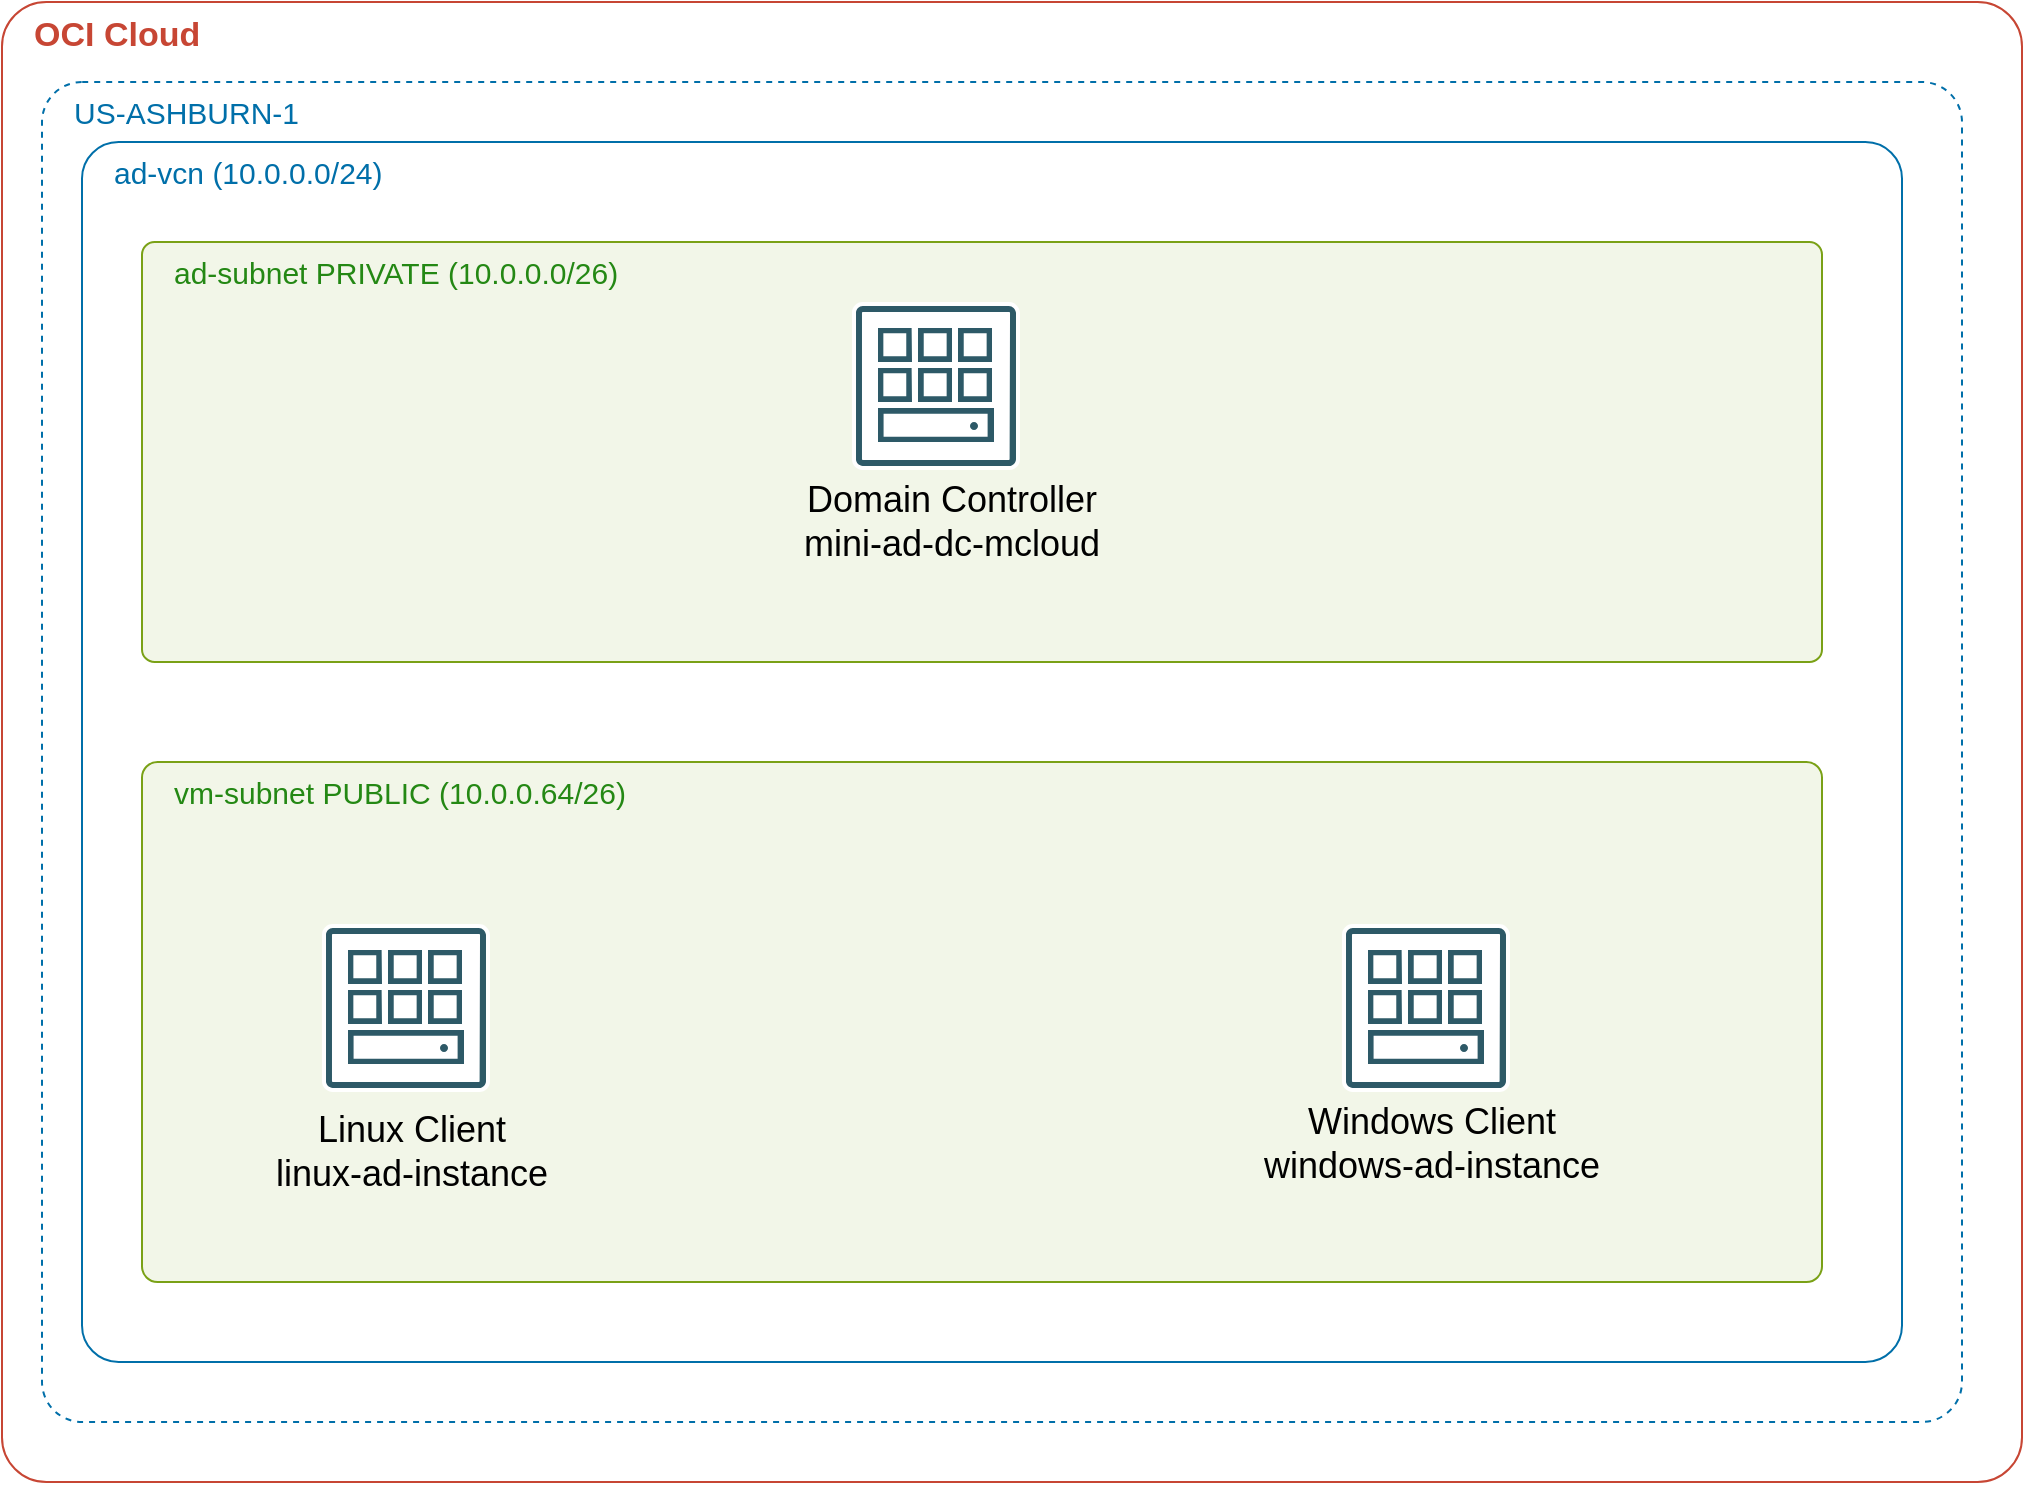
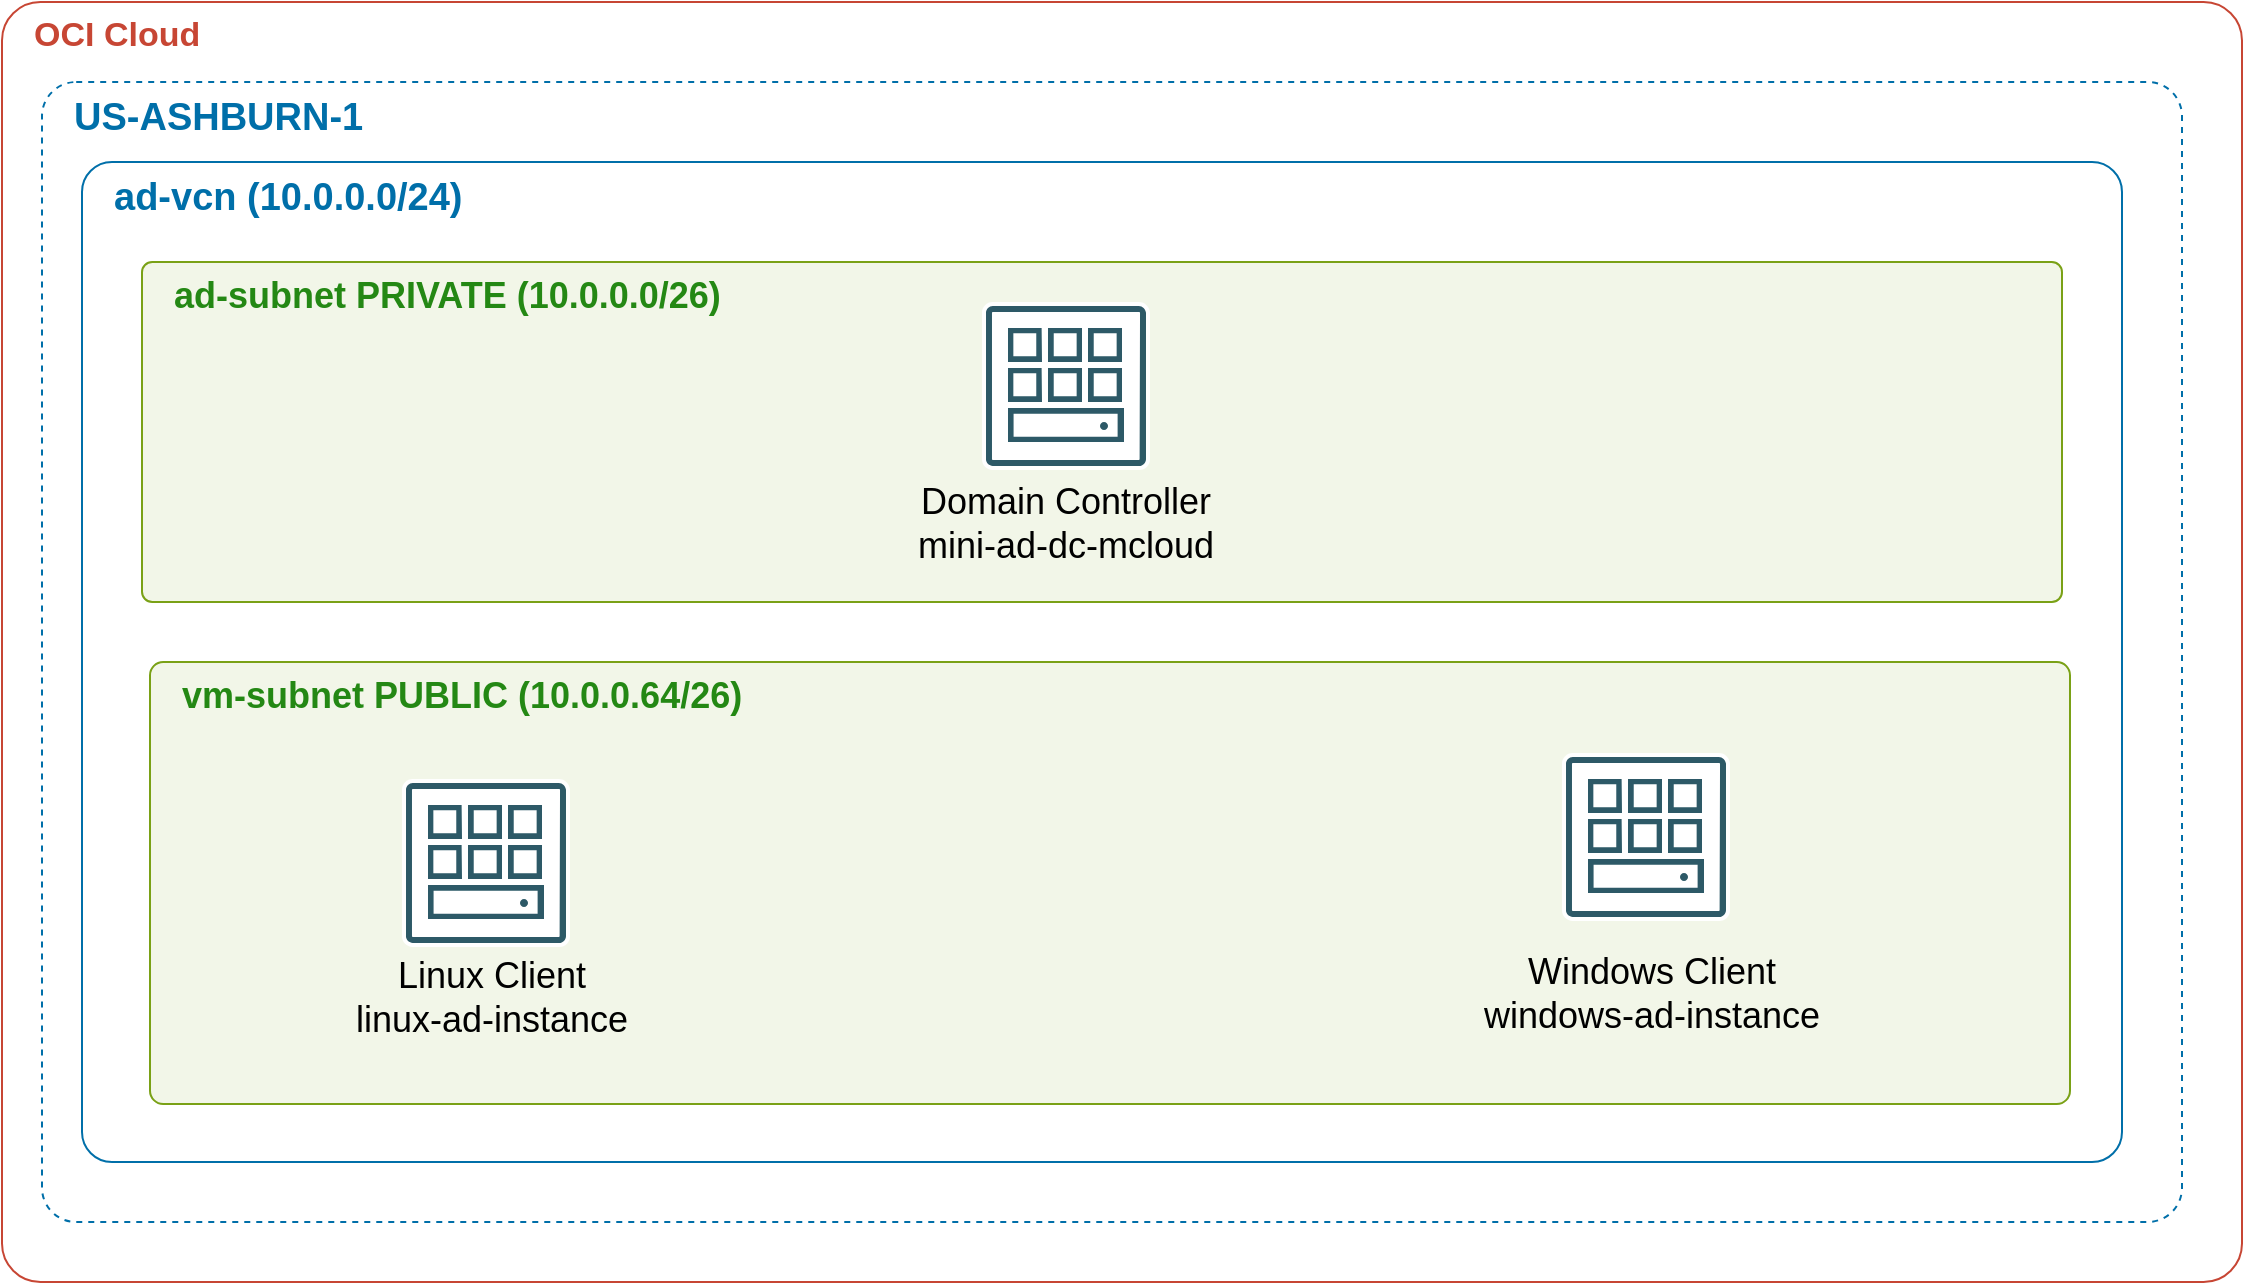
<mxfile host="app.diagrams.net" agent="Mozilla/5.0 (Windows NT 10.0; Win64; x64) AppleWebKit/537.36 (KHTML, like Gecko) Chrome/139.0.0.0 Safari/537.36">
  <diagram id="oci-mini-ad-arch" name="Page-1">
    <mxGraphModel grid="1" page="1" gridSize="10" guides="1" tooltips="1" connect="1" arrows="1" fold="1" pageScale="1" pageWidth="1169" pageHeight="827" math="0" shadow="0">
      <root>
        <mxCell id="0" />
        <mxCell id="1" parent="0" />
        <mxCell id="oci-cloud" parent="1" style="points=[[0,0],[0.25,0],[0.5,0],[0.75,0],[1,0],[1,0.25],[1,0.5],[1,0.75],[1,1],[0.75,1],[0.5,1],[0.25,1],[0,1],[0,0.75],[0,0.5],[0,0.25]];outlineConnect=0;gradientColor=none;html=1;whiteSpace=wrap;fontSize=14;fontStyle=1;strokeColor=#C74634;fillColor=none;verticalAlign=top;align=left;spacingLeft=14;fontColor=#C74634;dashed=0;labelBackgroundColor=#ffffff;rounded=1;arcSize=3;container=1;pointerEvents=0;collapsible=0;recursiveResize=0;" value="&lt;font style=&quot;font-size: 17px;&quot;&gt;OCI Cloud&lt;/font&gt;" vertex="1">
-           <mxGeometry height="740" width="1010" x="30" y="10" as="geometry" />
+           <mxGeometry height="640" width="1120" x="30" y="10" as="geometry" />
        </mxCell>
-         <mxCell id="region" parent="oci-cloud" style="points=[[0,0],[0.25,0],[0.5,0],[0.75,0],[1,0],[1,0.25],[1,0.5],[1,0.75],[1,1],[0.75,1],[0.5,1],[0.25,1],[0,1],[0,0.75],[0,0.5],[0,0.25]];outlineConnect=0;gradientColor=none;html=1;whiteSpace=wrap;fontSize=12;fontStyle=0;container=1;pointerEvents=0;collapsible=0;recursiveResize=0;strokeColor=#006FA9;fillColor=none;verticalAlign=top;align=left;spacingLeft=14;fontColor=#006FA9;dashed=1;rounded=1;arcSize=3;" value="&lt;font style=&quot;font-size: 15px;&quot;&gt;US-ASHBURN-1&lt;/font&gt;" vertex="1">
-           <mxGeometry height="670" width="960" x="20" y="40" as="geometry" />
+         <mxCell id="region" parent="oci-cloud" style="points=[[0,0],[0.25,0],[0.5,0],[0.75,0],[1,0],[1,0.25],[1,0.5],[1,0.75],[1,1],[0.75,1],[0.5,1],[0.25,1],[0,1],[0,0.75],[0,0.5],[0,0.25]];outlineConnect=0;gradientColor=none;html=1;whiteSpace=wrap;fontSize=12;fontStyle=0;container=1;pointerEvents=0;collapsible=0;recursiveResize=0;strokeColor=#006FA9;fillColor=none;verticalAlign=top;align=left;spacingLeft=14;fontColor=#006FA9;dashed=1;rounded=1;arcSize=3;" value="&lt;font style=&quot;font-size: 19px;&quot;&gt;&lt;b style=&quot;&quot;&gt;US-ASHBURN-1&lt;/b&gt;&lt;/font&gt;" vertex="1">
+           <mxGeometry height="570" width="1070" x="20" y="40" as="geometry" />
        </mxCell>
-         <mxCell id="vcn" parent="region" style="points=[[0,0],[0.25,0],[0.5,0],[0.75,0],[1,0],[1,0.25],[1,0.5],[1,0.75],[1,1],[0.75,1],[0.5,1],[0.25,1],[0,1],[0,0.75],[0,0.5],[0,0.25]];outlineConnect=0;gradientColor=none;html=1;whiteSpace=wrap;fontSize=12;fontStyle=0;container=1;pointerEvents=0;collapsible=0;recursiveResize=0;strokeColor=#006FA9;fillColor=none;verticalAlign=top;align=left;spacingLeft=14;fontColor=#006FA9;dashed=0;rounded=1;arcSize=3;" value="&lt;font style=&quot;font-size: 15px;&quot;&gt;ad-vcn (10.0.0.0/24)&lt;/font&gt;" vertex="1">
-           <mxGeometry height="610" width="910" x="20" y="30" as="geometry" />
+         <mxCell id="vcn" parent="region" style="points=[[0,0],[0.25,0],[0.5,0],[0.75,0],[1,0],[1,0.25],[1,0.5],[1,0.75],[1,1],[0.75,1],[0.5,1],[0.25,1],[0,1],[0,0.75],[0,0.5],[0,0.25]];outlineConnect=0;gradientColor=none;html=1;whiteSpace=wrap;fontSize=12;fontStyle=0;container=1;pointerEvents=0;collapsible=0;recursiveResize=0;strokeColor=#006FA9;fillColor=none;verticalAlign=top;align=left;spacingLeft=14;fontColor=#006FA9;dashed=0;rounded=1;arcSize=3;" value="&lt;font style=&quot;font-size: 19px;&quot;&gt;&lt;b&gt;ad-vcn (10.0.0.0/24)&lt;/b&gt;&lt;/font&gt;" vertex="1">
+           <mxGeometry height="500" width="1020" x="20" y="40" as="geometry" />
        </mxCell>
-         <mxCell id="ad-subnet" parent="vcn" style="points=[[0,0],[0.25,0],[0.5,0],[0.75,0],[1,0],[1,0.25],[1,0.5],[1,0.75],[1,1],[0.75,1],[0.5,1],[0.25,1],[0,1],[0,0.75],[0,0.5],[0,0.25]];outlineConnect=0;gradientColor=none;html=1;whiteSpace=wrap;fontSize=12;fontStyle=0;container=1;pointerEvents=0;collapsible=0;recursiveResize=0;strokeColor=#7AA116;fillColor=#F2F6E8;verticalAlign=top;align=left;spacingLeft=14;fontColor=#248814;dashed=0;rounded=1;arcSize=3;" value="&lt;font style=&quot;font-size: 15px;&quot;&gt;ad-subnet PRIVATE (10.0.0.0/26)&lt;/font&gt;" vertex="1">
-           <mxGeometry height="210" width="840" x="30" y="50" as="geometry" />
+         <mxCell id="ad-subnet" parent="vcn" style="points=[[0,0],[0.25,0],[0.5,0],[0.75,0],[1,0],[1,0.25],[1,0.5],[1,0.75],[1,1],[0.75,1],[0.5,1],[0.25,1],[0,1],[0,0.75],[0,0.5],[0,0.25]];outlineConnect=0;gradientColor=none;html=1;whiteSpace=wrap;fontSize=12;fontStyle=0;container=1;pointerEvents=0;collapsible=0;recursiveResize=0;strokeColor=#7AA116;fillColor=#F2F6E8;verticalAlign=top;align=left;spacingLeft=14;fontColor=#248814;dashed=0;rounded=1;arcSize=3;" value="&lt;font style=&quot;font-size: 18px;&quot;&gt;&lt;b&gt;ad-subnet PRIVATE (10.0.0.0/26)&lt;/b&gt;&lt;/font&gt;" vertex="1">
+           <mxGeometry height="170" width="960" x="30" y="50" as="geometry" />
        </mxCell>
-         <mxCell id="dc-group" connectable="0" parent="ad-subnet" style="group;fontSize=18;" value="" vertex="1">
-           <mxGeometry height="140" width="160" x="355" y="30" as="geometry" />
-         </mxCell>
-         <mxCell id="dc-2" parent="dc-group" style="vsdxID=53;fillColor=none;gradientColor=none;strokeColor=none;spacingTop=-7;spacingBottom=-3;spacingLeft=-3;spacingRight=-3;points=[];labelBackgroundColor=none;rounded=0;html=1;whiteSpace=wrap;" vertex="1">
-           <mxGeometry height="84" width="84" as="geometry" />
+         <mxCell id="dc-2" parent="ad-subnet" style="vsdxID=53;fillColor=none;gradientColor=none;strokeColor=none;spacingTop=-7;spacingBottom=-3;spacingLeft=-3;spacingRight=-3;points=[];labelBackgroundColor=none;rounded=0;html=1;whiteSpace=wrap;" vertex="1">
+           <mxGeometry height="84" width="84" x="420" y="20" as="geometry" />
        </mxCell>
        <mxCell id="dc-3" parent="dc-2" style="vsdxID=54;fillColor=none;gradientColor=none;strokeColor=none;spacingTop=-3;spacingBottom=-3;spacingLeft=-3;spacingRight=-3;points=[];labelBackgroundColor=none;rounded=0;html=1;whiteSpace=wrap;" vertex="1">
          <mxGeometry height="84" width="84" as="geometry" />
        </mxCell>
        <mxCell id="dc-4" parent="dc-3" style="vsdxID=55;fillColor=#FFFFFF;gradientColor=none;shape=stencil(lZPRDoIwDEW/Zq9LWUHCs+J/EAVZRCATFP/eYYdsAzW+td2922mzMtxey6zNmYBrp5pzfpfHrmS4Y0LIusyV7HTEMGW4LRqVn1TT10fK22xUjtGluY03DOSLOEajScCDCknC482rsif9oVdkCEggeIjGEfgWGASVwChMmsQchVGgqzBpEvLQfrWStUUJDuKb+QMhuHgz8ERnteDyTnDWVBzcVTiNvnFnCN/o9Cyi2CUEFy8Ab3xWB+hLfOJVxFnuI3+AnA1L6kEsG/HJB1zOxkNfBf39Hf/V62D++4WsKlod+9zfFV2iPcP0CQ==);strokeColor=none;spacingTop=-3;spacingBottom=-3;spacingLeft=-3;spacingRight=-3;points=[];labelBackgroundColor=none;rounded=0;html=1;whiteSpace=wrap;" vertex="1">
          <mxGeometry height="82" width="82" x="1" y="1" as="geometry" />
        </mxCell>
        <mxCell id="dc-5" parent="dc-3" style="vsdxID=56;fillColor=#FFFFFF;gradientColor=none;shape=stencil(lZXRdoIwDIafprc9aUMpvXb6Hp6JgzMmHsSNvf1gLbQNCHpX4h/88iehDHe34njNmYRb29Sf+U95aguGb0zK8lLkTdn2J4Z7hrtz3eQfTX2/nOzz9Tgoh9NX/T28obN5BjmqIUvCr41Ijtl/4GD17/fGJgiXoXhiXIYgKdBJJ9IcR5ELJVy6SIdzkQulPMHwz6vyEsIGCRN+JlZpgxRfgFEEN6jJV5ClhDfwCqlqEbgvR8S8VE95e5c0wdU8lTFu77cmtIprEdMGIs+v9GPYIGG5GZQ1SBCzHstZPXI2LDhzCZdnkIzB5sy+qt/aCXihxbBuWaZiyyD2C6hZdAghdmp9YSAi21wWYHTyREInb+J3EQHANro5Sh41R8U7TeQLGy2Ih56BQgXbPJWCVPPcenj9c9thDNcp/U5O3Ry5Um5EjErsXPjorLu5Nrr9wV8E57Kq7D0S/k4vjj5kLx3c/wE=);strokeColor=none;spacingTop=-3;spacingBottom=-3;spacingLeft=-3;spacingRight=-3;points=[];labelBackgroundColor=none;rounded=0;html=1;whiteSpace=wrap;" vertex="1">
          <mxGeometry height="84" width="84" as="geometry" />
        </mxCell>
        <mxCell id="dc-6" parent="dc-2" style="vsdxID=57;fillColor=none;gradientColor=none;strokeColor=none;spacingTop=-3;spacingBottom=-3;spacingLeft=-3;spacingRight=-3;points=[];labelBackgroundColor=none;rounded=0;html=1;whiteSpace=wrap;" vertex="1">
          <mxGeometry height="80" width="80" x="2" y="2" as="geometry" />
        </mxCell>
        <mxCell id="dc-7" parent="dc-6" style="vsdxID=58;fillColor=#2d5967;gradientColor=none;shape=stencil(lZXLcoMwDEW/xlvGWDzidZr8R6YhhSmFDCEt+ftCbbAkB+Lu/LgyR/IVFrC/ladrIZS89V37WfxU574U8CaUqpqy6Kp+HAk4CNhf2q746Np7czbz62lSTqOv9ns6YTBxOo3SeIpS8mFW5N/saMR11SBxEqlkXft+78zJsdmMI62tOsZyOSgyfdipsrtAd2H5drpOJgmWzra4JIXSO0qFsOcVKSkaqgNQyVO4scZ5RgCZnBPqXSRjSukYONRMueQBXAAOY6OETv+84B6kno9bIBVF1LnLm175AL774KX9XniVGTtzNVzJ38so88puneRSSr2UxihbqK20nCqsszw9hwWvuzCImkV5wmkpKlKE2QQFhPkEBdiVhEPyhoPFWesdB5uUfstxfcDlIwx01+z6EwqKFUF/rgCf/jtgHLj//aWqa/Nc4H3+PoxL5m2Bwy8=);strokeColor=none;spacingTop=-3;spacingBottom=-3;spacingLeft=-3;spacingRight=-3;points=[];labelBackgroundColor=none;rounded=0;html=1;whiteSpace=wrap;" vertex="1">
          <mxGeometry height="80" width="80" as="geometry" />
        </mxCell>
        <mxCell id="dc-8" parent="dc-6" style="vsdxID=59;fillColor=#2d5967;gradientColor=none;shape=stencil(pZJbDsIgFERXwy+hQBW/a91Hk1IhIjQUX7sXcmNsNaWx/s1wz32EDGLVoJpeIkqG4N1J3nQbFGJ7RKm2SnodokKsRqzqnJdH7y62Bd83iUzq7K5pwh36SOqg5AGuIOAPgBptR+iruArOoCvB7PosOv0BjkUxpTdYlPOjdxyXf/GCY7qd57/u+ZVfuGeZj+Idl04bA2kb1z/jFZ8gmqx+Ag==);strokeColor=none;spacingTop=-3;spacingBottom=-3;spacingLeft=-3;spacingRight=-3;points=[];labelBackgroundColor=none;rounded=0;html=1;whiteSpace=wrap;" vertex="1">
          <mxGeometry height="17" width="58" x="11" y="51" as="geometry" />
        </mxCell>
        <mxCell id="dc-9" parent="dc-6" style="vsdxID=60;fillColor=#2d5967;gradientColor=none;shape=stencil(jVLRDoMgDPwaXg2UOeezc/9hJk4ypwZ107+fpCRClxnf2nLH9eCYzIa66BUDPoyme6qPLseaySsD0G2tjB7XismcyazqjHqYbmpL7PvCIm316t72hhl5MbcU4Au2gmN/Q+x9MggWeJwk0Vk4gggZfAYyWGAjgcNIinGDUxql6Z7yxnADgEheQmV/OzfioW5MZHfNWoUkFCVWiVF/JRkijtokJv2ng9+t6Iv/s0l+tdHt4QSsxRadSjcNJs8/p1FbRxhTmX8B);strokeColor=none;spacingTop=-3;spacingBottom=-3;spacingLeft=-3;spacingRight=-3;points=[];labelBackgroundColor=none;rounded=0;html=1;whiteSpace=wrap;" vertex="1">
          <mxGeometry height="4" width="4" x="57" y="58" as="geometry" />
        </mxCell>
        <mxCell id="dc-10" parent="dc-6" style="vsdxID=61;fillColor=#2d5967;gradientColor=none;shape=stencil(pZLbDsIgEES/Zl8JZW3E51r/o0mpEBEa2nr5e0Fi2qrpRd92Z8+QCRnArJFFLYDRpnX2JK6qbCXgHhhTRgqnWj8B5oBZZZ04OtuZMu51Ecgwne0lvHCLvh0nnAcXo/eo0Od2iLBWZgDT38CETqCv4yJ4VdoZePwPHEmyGcFBSSdyp2SL/xl65avhM9Jqw0ykBQY/9NWplNaxecP7e9W8FGuK+QM=);strokeColor=none;spacingTop=-3;spacingBottom=-3;spacingLeft=-3;spacingRight=-3;points=[];labelBackgroundColor=none;rounded=0;html=1;whiteSpace=wrap;" vertex="1">
          <mxGeometry height="17" width="17" x="11" y="11" as="geometry" />
        </mxCell>
        <mxCell id="dc-11" parent="dc-6" style="vsdxID=62;fillColor=#2d5967;gradientColor=none;shape=stencil(pZJJDoMwDEVP422UxGXYU3oPJEKJmhIUoMPtm8iqCnSE7vzj920r+oBZVxetAsm73tmDOuuyrwG3IKVuauV07yvAHDCrrFN7Z4emJN0WgQzV0Z7ChAv5BOfBI/mVNKkdoUY3I3QleN/wEp2vXwSvRac/kG6YTCZwikxEH2bHLI3/M4iIJfje8HzSYsOXk34w+OIRmkobQ5kb9+ch808UUMxv);strokeColor=none;spacingTop=-3;spacingBottom=-3;spacingLeft=-3;spacingRight=-3;points=[];labelBackgroundColor=none;rounded=0;html=1;whiteSpace=wrap;" vertex="1">
          <mxGeometry height="17" width="17" x="31" y="11" as="geometry" />
        </mxCell>
        <mxCell id="dc-12" parent="dc-6" style="vsdxID=63;fillColor=#2d5967;gradientColor=none;shape=stencil(pZLbDsIgEES/Zl8JZW3E51r/o0mpEBEa2nr5e0Fi2qrpRd92Z8+QCRnArJFFLYDRpnX2JK6qbCXgHhhTRgqnWj8B5oBZZZ04OtuZMu51Ecgwne0lvHCLvh0nnAcXo/eo0Od2iLBWZgDT38CETqCv4yJ4VdoZePwPHEmyGcFBSSdyp2SL/xl65avhM9Jqw0ykBQY/9NWplNaxecP7e9W8FGuK+QM=);strokeColor=none;spacingTop=-3;spacingBottom=-3;spacingLeft=-3;spacingRight=-3;points=[];labelBackgroundColor=none;rounded=0;html=1;whiteSpace=wrap;" vertex="1">
          <mxGeometry height="17" width="17" x="11" y="31" as="geometry" />
        </mxCell>
        <mxCell id="dc-13" parent="dc-6" style="vsdxID=64;fillColor=#2d5967;gradientColor=none;shape=stencil(pZJJDoMwDEVP422UxGXYU3oPJEKJmhIUoMPtm8iqCnSE7vzj920r+oBZVxetAsm73tmDOuuyrwG3IKVuauV07yvAHDCrrFN7Z4emJN0WgQzV0Z7ChAv5BOfBI/mVNKkdoUY3I3QleN/wEp2vXwSvRac/kG6YTCZwikxEH2bHLI3/M4iIJfje8HzSYsOXk34w+OIRmkobQ5kb9+ch808UUMxv);strokeColor=none;spacingTop=-3;spacingBottom=-3;spacingLeft=-3;spacingRight=-3;points=[];labelBackgroundColor=none;rounded=0;html=1;whiteSpace=wrap;" vertex="1">
          <mxGeometry height="17" width="17" x="31" y="31" as="geometry" />
        </mxCell>
        <mxCell id="dc-14" parent="dc-6" style="vsdxID=65;fillColor=#2d5967;gradientColor=none;shape=stencil(pZJJDoMwDEVP422UxGXYU3oPJEKJmhIUoMPtm8iqCnSE7vzj920r+oBZVxetAsm73tmDOuuyrwG3IKVuauV07yvAHDCrrFN7Z4emJN0WgQzV0Z7ChAv5BOfBI/mVNKkdoUY3I3QleN/wEp2vXwSvRac/kG6YTCZwikxEH2bHLI3/M4iIJfje8HzSYsOXk34w+OIRmkobQ5kb9+ch808UUMxv);strokeColor=none;spacingTop=-3;spacingBottom=-3;spacingLeft=-3;spacingRight=-3;points=[];labelBackgroundColor=none;rounded=0;html=1;whiteSpace=wrap;" vertex="1">
          <mxGeometry height="17" width="17" x="51" y="11" as="geometry" />
        </mxCell>
        <mxCell id="dc-15" parent="dc-6" style="vsdxID=66;fillColor=#2d5967;gradientColor=none;shape=stencil(pZJJDoMwDEVP422UxGXYU3oPJEKJmhIUoMPtm8iqCnSE7vzj920r+oBZVxetAsm73tmDOuuyrwG3IKVuauV07yvAHDCrrFN7Z4emJN0WgQzV0Z7ChAv5BOfBI/mVNKkdoUY3I3QleN/wEp2vXwSvRac/kG6YTCZwikxEH2bHLI3/M4iIJfje8HzSYsOXk34w+OIRmkobQ5kb9+ch808UUMxv);strokeColor=none;spacingTop=-3;spacingBottom=-3;spacingLeft=-3;spacingRight=-3;points=[];labelBackgroundColor=none;rounded=0;html=1;whiteSpace=wrap;" vertex="1">
          <mxGeometry height="17" width="17" x="51" y="31" as="geometry" />
        </mxCell>
        <mxCell id="dc-label" parent="ad-subnet" style="verticalAlign=middle;align=center;vsdxID=68;fillColor=none;gradientColor=none;shape=stencil(nZBLDoAgDERP0z3SIyjew0SURgSD+Lu9kMZoXLhwN9O+tukAlrNpJg1SzDH4QW/URgNYgZTkjA4UkwJUgGXng+6DX1zLfmoymdXo17xh5zmRJ6Q42BWCfc2oJfdAr+Yv+AP9Cb7OJ3H/2JG1HNGz/84klThPVCc=);strokeColor=none;spacingTop=-3;spacingBottom=-3;spacingLeft=-3;spacingRight=-3;points=[];labelBackgroundColor=none;rounded=0;html=1;whiteSpace=wrap;" value="&lt;div&gt;&lt;p style=&quot;margin:0;direction:ltr;&quot;&gt;&lt;font style=&quot;font-size: 18px;&quot; face=&quot;Helvetica&quot;&gt;Domain Controller&lt;br&gt;mini-ad-dc-mcloud&lt;/font&gt;&lt;/p&gt;&lt;/div&gt;" vertex="1">
-           <mxGeometry height="21" width="190" x="310" y="129" as="geometry" />
+           <mxGeometry height="21" width="190" x="367" y="120" as="geometry" />
        </mxCell>
-         <mxCell id="vm-subnet" parent="vcn" style="points=[[0,0],[0.25,0],[0.5,0],[0.75,0],[1,0],[1,0.25],[1,0.5],[1,0.75],[1,1],[0.75,1],[0.5,1],[0.25,1],[0,1],[0,0.75],[0,0.5],[0,0.25]];outlineConnect=0;gradientColor=none;html=1;whiteSpace=wrap;fontSize=12;fontStyle=0;container=1;pointerEvents=0;collapsible=0;recursiveResize=0;strokeColor=#7AA116;fillColor=#F2F6E8;verticalAlign=top;align=left;spacingLeft=14;fontColor=#248814;dashed=0;rounded=1;arcSize=3;" value="&lt;font style=&quot;font-size: 15px;&quot;&gt;vm-subnet PUBLIC (10.0.0.64/26)&lt;/font&gt;" vertex="1">
-           <mxGeometry height="260" width="840" x="30" y="310" as="geometry" />
+         <mxCell id="vm-subnet" parent="vcn" style="points=[[0,0],[0.25,0],[0.5,0],[0.75,0],[1,0],[1,0.25],[1,0.5],[1,0.75],[1,1],[0.75,1],[0.5,1],[0.25,1],[0,1],[0,0.75],[0,0.5],[0,0.25]];outlineConnect=0;gradientColor=none;html=1;whiteSpace=wrap;fontSize=12;fontStyle=0;container=1;pointerEvents=0;collapsible=0;recursiveResize=0;strokeColor=#7AA116;fillColor=#F2F6E8;verticalAlign=top;align=left;spacingLeft=14;fontColor=#248814;dashed=0;rounded=1;arcSize=3;" value="&lt;font style=&quot;font-size: 18px;&quot;&gt;&lt;b style=&quot;&quot;&gt;vm-subnet PUBLIC (10.0.0.64/26)&lt;/b&gt;&lt;/font&gt;" vertex="1">
+           <mxGeometry height="221" width="960" x="34" y="250" as="geometry" />
        </mxCell>
        <mxCell id="linux-group" connectable="0" parent="vm-subnet" style="group;fontSize=18;" value="" vertex="1">
-           <mxGeometry height="130" width="160" x="90" y="81" as="geometry" />
+           <mxGeometry height="130" width="160" x="126" y="58.5" as="geometry" />
        </mxCell>
        <mxCell id="linux-2" parent="linux-group" style="vsdxID=53;fillColor=none;gradientColor=none;strokeColor=none;spacingTop=-3;spacingBottom=-3;spacingLeft=-3;spacingRight=-3;points=[];labelBackgroundColor=none;rounded=0;html=1;whiteSpace=wrap;" vertex="1">
          <mxGeometry height="84" width="84" as="geometry" />
        </mxCell>
        <mxCell id="linux-3" parent="linux-2" style="vsdxID=54;fillColor=none;gradientColor=none;strokeColor=none;spacingTop=-3;spacingBottom=-3;spacingLeft=-3;spacingRight=-3;points=[];labelBackgroundColor=none;rounded=0;html=1;whiteSpace=wrap;" vertex="1">
          <mxGeometry height="84" width="84" as="geometry" />
        </mxCell>
        <mxCell id="linux-4" parent="linux-3" style="vsdxID=55;fillColor=#FFFFFF;gradientColor=none;shape=stencil(lZPRDoIwDEW/Zq9LWUHCs+J/EAVZRCATFP/eYYdsAzW+td2922mzMtxey6zNmYBrp5pzfpfHrmS4Y0LIusyV7HTEMGW4LRqVn1TT10fK22xUjtGluY03DOSLOEajScCDCknC482rsif9oVdkCEggeIjGEfgWGASVwChMmsQchVGgqzBpEvLQfrWStUUJDuKb+QMhuHgz8ERnteDyTnDWVBzcVTiNvnFnCN/o9Cyi2CUEFy8Ab3xWB+hLfOJVxFnuI3+AnA1L6kEsG/HJB1zOxkNfBf39Hf/V62D++4WsKlod+9zfFV2iPcP0CQ==);strokeColor=none;spacingTop=-3;spacingBottom=-3;spacingLeft=-3;spacingRight=-3;points=[];labelBackgroundColor=none;rounded=0;html=1;whiteSpace=wrap;" vertex="1">
          <mxGeometry height="82" width="82" x="1" y="1" as="geometry" />
        </mxCell>
        <mxCell id="linux-5" parent="linux-3" style="vsdxID=56;fillColor=#FFFFFF;gradientColor=none;shape=stencil(lZXRdoIwDIafprc9aUMpvXb6Hp6JgzMmHsSNvf1gLbQNCHpX4h/88iehDHe34njNmYRb29Sf+U95aguGb0zK8lLkTdn2J4Z7hrtz3eQfTX2/nOzz9Tgoh9NX/T28obN5BjmqIUvCr41Ijtl/4GD17/fGJgiXoXhiXIYgKdBJJ9IcR5ELJVy6SIdzkQulPMHwz6vyEsIGCRN+JlZpgxRfgFEEN6jJV5ClhDfwCqlqEbgvR8S8VE95e5c0wdU8lTFu77cmtIprEdMGIs+v9GPYIGG5GZQ1SBCzHstZPXI2LDhzCZdnkIzB5sy+qt/aCXihxbBuWaZiyyD2C6hZdAghdmp9YSAi21wWYHTyREInb+J3EQHANro5Sh41R8U7TeQLGy2Ih56BQgXbPJWCVPPcenj9c9thDNcp/U5O3Ry5Um5EjErsXPjorLu5Nrr9wV8E57Kq7D0S/k4vjj5kLx3c/wE=);strokeColor=none;spacingTop=-3;spacingBottom=-3;spacingLeft=-3;spacingRight=-3;points=[];labelBackgroundColor=none;rounded=0;html=1;whiteSpace=wrap;" vertex="1">
          <mxGeometry height="84" width="84" as="geometry" />
        </mxCell>
        <mxCell id="linux-6" parent="linux-2" style="vsdxID=57;fillColor=none;gradientColor=none;strokeColor=none;spacingTop=-3;spacingBottom=-3;spacingLeft=-3;spacingRight=-3;points=[];labelBackgroundColor=none;rounded=0;html=1;whiteSpace=wrap;" vertex="1">
          <mxGeometry height="80" width="80" x="2" y="2" as="geometry" />
        </mxCell>
        <mxCell id="linux-7" parent="linux-6" style="vsdxID=58;fillColor=#2d5967;gradientColor=none;shape=stencil(lZXLcoMwDEW/xlvGWDzidZr8R6YhhSmFDCEt+ftCbbAkB+Lu/LgyR/IVFrC/ladrIZS89V37WfxU574U8CaUqpqy6Kp+HAk4CNhf2q746Np7czbz62lSTqOv9ns6YTBxOo3SeIpS8mFW5N/saMR11SBxEqlkXft+78zJsdmMI62tOsZyOSgyfdipsrtAd2H5drpOJgmWzra4JIXSO0qFsOcVKSkaqgNQyVO4scZ5RgCZnBPqXSRjSukYONRMueQBXAAOY6OETv+84B6kno9bIBVF1LnLm175AL774KX9XniVGTtzNVzJ38so88puneRSSr2UxihbqK20nCqsszw9hwWvuzCImkV5wmkpKlKE2QQFhPkEBdiVhEPyhoPFWesdB5uUfstxfcDlIwx01+z6EwqKFUF/rgCf/jtgHLj//aWqa/Nc4H3+PoxL5m2Bwy8=);strokeColor=none;spacingTop=-3;spacingBottom=-3;spacingLeft=-3;spacingRight=-3;points=[];labelBackgroundColor=none;rounded=0;html=1;whiteSpace=wrap;" vertex="1">
          <mxGeometry height="80" width="80" as="geometry" />
        </mxCell>
        <mxCell id="linux-8" parent="linux-6" style="vsdxID=59;fillColor=#2d5967;gradientColor=none;shape=stencil(pZJbDsIgFERXwy+hQBW/a91Hk1IhIjQUX7sXcmNsNaWx/s1wz32EDGLVoJpeIkqG4N1J3nQbFGJ7RKm2SnodokKsRqzqnJdH7y62Bd83iUzq7K5pwh36SOqg5AGuIOAPgBptR+iruArOoCvB7PosOv0BjkUxpTdYlPOjdxyXf/GCY7qd57/u+ZVfuGeZj+Idl04bA2kb1z/jFZ8gmqx+Ag==);strokeColor=none;spacingTop=-3;spacingBottom=-3;spacingLeft=-3;spacingRight=-3;points=[];labelBackgroundColor=none;rounded=0;html=1;whiteSpace=wrap;" vertex="1">
          <mxGeometry height="17" width="58" x="11" y="51" as="geometry" />
        </mxCell>
        <mxCell id="linux-9" parent="linux-6" style="vsdxID=60;fillColor=#2d5967;gradientColor=none;shape=stencil(jVLRDoMgDPwaXg2UOeezc/9hJk4ypwZ107+fpCRClxnf2nLH9eCYzIa66BUDPoyme6qPLseaySsD0G2tjB7XismcyazqjHqYbmpL7PvCIm316t72hhl5MbcU4Au2gmN/Q+x9MggWeJwk0Vk4gggZfAYyWGAjgcNIinGDUxql6Z7yxnADgEheQmV/OzfioW5MZHfNWoUkFCVWiVF/JRkijtokJv2ng9+t6Iv/s0l+tdHt4QSsxRadSjcNJs8/p1FbRxhTmX8B);strokeColor=none;spacingTop=-3;spacingBottom=-3;spacingLeft=-3;spacingRight=-3;points=[];labelBackgroundColor=none;rounded=0;html=1;whiteSpace=wrap;" vertex="1">
          <mxGeometry height="4" width="4" x="57" y="58" as="geometry" />
        </mxCell>
        <mxCell id="linux-10" parent="linux-6" style="vsdxID=61;fillColor=#2d5967;gradientColor=none;shape=stencil(pZLbDsIgEES/Zl8JZW3E51r/o0mpEBEa2nr5e0Fi2qrpRd92Z8+QCRnArJFFLYDRpnX2JK6qbCXgHhhTRgqnWj8B5oBZZZ04OtuZMu51Ecgwne0lvHCLvh0nnAcXo/eo0Od2iLBWZgDT38CETqCv4yJ4VdoZePwPHEmyGcFBSSdyp2SL/xl65avhM9Jqw0ykBQY/9NWplNaxecP7e9W8FGuK+QM=);strokeColor=none;spacingTop=-3;spacingBottom=-3;spacingLeft=-3;spacingRight=-3;points=[];labelBackgroundColor=none;rounded=0;html=1;whiteSpace=wrap;" vertex="1">
          <mxGeometry height="17" width="17" x="11" y="11" as="geometry" />
        </mxCell>
        <mxCell id="linux-11" parent="linux-6" style="vsdxID=62;fillColor=#2d5967;gradientColor=none;shape=stencil(pZJJDoMwDEVP422UxGXYU3oPJEKJmhIUoMPtm8iqCnSE7vzj920r+oBZVxetAsm73tmDOuuyrwG3IKVuauV07yvAHDCrrFN7Z4emJN0WgQzV0Z7ChAv5BOfBI/mVNKkdoUY3I3QleN/wEp2vXwSvRac/kG6YTCZwikxEH2bHLI3/M4iIJfje8HzSYsOXk34w+OIRmkobQ5kb9+ch808UUMxv);strokeColor=none;spacingTop=-3;spacingBottom=-3;spacingLeft=-3;spacingRight=-3;points=[];labelBackgroundColor=none;rounded=0;html=1;whiteSpace=wrap;" vertex="1">
          <mxGeometry height="17" width="17" x="31" y="11" as="geometry" />
        </mxCell>
        <mxCell id="linux-12" parent="linux-6" style="vsdxID=63;fillColor=#2d5967;gradientColor=none;shape=stencil(pZLbDsIgEES/Zl8JZW3E51r/o0mpEBEa2nr5e0Fi2qrpRd92Z8+QCRnArJFFLYDRpnX2JK6qbCXgHhhTRgqnWj8B5oBZZZ04OtuZMu51Ecgwne0lvHCLvh0nnAcXo/eo0Od2iLBWZgDT38CETqCv4yJ4VdoZePwPHEmyGcFBSSdyp2SL/xl65avhM9Jqw0ykBQY/9NWplNaxecP7e9W8FGuK+QM=);strokeColor=none;spacingTop=-3;spacingBottom=-3;spacingLeft=-3;spacingRight=-3;points=[];labelBackgroundColor=none;rounded=0;html=1;whiteSpace=wrap;" vertex="1">
          <mxGeometry height="17" width="17" x="11" y="31" as="geometry" />
        </mxCell>
        <mxCell id="linux-13" parent="linux-6" style="vsdxID=64;fillColor=#2d5967;gradientColor=none;shape=stencil(pZJJDoMwDEVP422UxGXYU3oPJEKJmhIUoMPtm8iqCnSE7vzj920r+oBZVxetAsm73tmDOuuyrwG3IKVuauV07yvAHDCrrFN7Z4emJN0WgQzV0Z7ChAv5BOfBI/mVNKkdoUY3I3QleN/wEp2vXwSvRac/kG6YTCZwikxEH2bHLI3/M4iIJfje8HzSYsOXk34w+OIRmkobQ5kb9+ch808UUMxv);strokeColor=none;spacingTop=-3;spacingBottom=-3;spacingLeft=-3;spacingRight=-3;points=[];labelBackgroundColor=none;rounded=0;html=1;whiteSpace=wrap;" vertex="1">
          <mxGeometry height="17" width="17" x="31" y="31" as="geometry" />
        </mxCell>
        <mxCell id="linux-14" parent="linux-6" style="vsdxID=65;fillColor=#2d5967;gradientColor=none;shape=stencil(pZJJDoMwDEVP422UxGXYU3oPJEKJmhIUoMPtm8iqCnSE7vzj920r+oBZVxetAsm73tmDOuuyrwG3IKVuauV07yvAHDCrrFN7Z4emJN0WgQzV0Z7ChAv5BOfBI/mVNKkdoUY3I3QleN/wEp2vXwSvRac/kG6YTCZwikxEH2bHLI3/M4iIJfje8HzSYsOXk34w+OIRmkobQ5kb9+ch808UUMxv);strokeColor=none;spacingTop=-3;spacingBottom=-3;spacingLeft=-3;spacingRight=-3;points=[];labelBackgroundColor=none;rounded=0;html=1;whiteSpace=wrap;" vertex="1">
          <mxGeometry height="17" width="17" x="51" y="11" as="geometry" />
        </mxCell>
        <mxCell id="linux-15" parent="linux-6" style="vsdxID=66;fillColor=#2d5967;gradientColor=none;shape=stencil(pZJJDoMwDEVP422UxGXYU3oPJEKJmhIUoMPtm8iqCnSE7vzj920r+oBZVxetAsm73tmDOuuyrwG3IKVuauV07yvAHDCrrFN7Z4emJN0WgQzV0Z7ChAv5BOfBI/mVNKkdoUY3I3QleN/wEp2vXwSvRac/kG6YTCZwikxEH2bHLI3/M4iIJfje8HzSYsOXk34w+OIRmkobQ5kb9+ch808UUMxv);strokeColor=none;spacingTop=-3;spacingBottom=-3;spacingLeft=-3;spacingRight=-3;points=[];labelBackgroundColor=none;rounded=0;html=1;whiteSpace=wrap;" vertex="1">
          <mxGeometry height="17" width="17" x="51" y="31" as="geometry" />
        </mxCell>
+         <mxCell id="linux-label" parent="linux-group" style="verticalAlign=middle;align=center;vsdxID=68;fillColor=none;gradientColor=none;shape=stencil(nZBLDoAgDERP0z3SIyjew0SURgSD+Lu9kMZoXLhwN9O+tukAlrNpJg1SzDH4QW/URgNYgZTkjA4UkwJUgGXng+6DX1zLfmoymdXo17xh5zmRJ6Q42BWCfc2oJfdAr+Yv+AP9Cb7OJ3H/2JG1HNGz/84klThPVCc=);strokeColor=none;spacingTop=-3;spacingBottom=-3;spacingLeft=-3;spacingRight=-3;points=[];labelBackgroundColor=none;rounded=0;html=1;whiteSpace=wrap;" value="&lt;div&gt;&lt;p style=&quot;margin:0;direction:ltr;&quot;&gt;&lt;font style=&quot;font-size: 18px;&quot; face=&quot;Helvetica&quot;&gt;Linux Client&lt;br&gt;linux-ad-instance&lt;/font&gt;&lt;/p&gt;&lt;/div&gt;" vertex="1">
+           <mxGeometry height="41" width="190" x="-50" y="89" as="geometry" />
+         </mxCell>
        <mxCell id="win-group" connectable="0" parent="vm-subnet" style="group;fontSize=18;" value="" vertex="1">
-           <mxGeometry height="130" width="160" x="600" y="81" as="geometry" />
+           <mxGeometry height="140.5" width="160" x="706" y="45.5" as="geometry" />
        </mxCell>
        <mxCell id="win-2" parent="win-group" style="vsdxID=53;fillColor=none;gradientColor=none;strokeColor=none;spacingTop=-3;spacingBottom=-3;spacingLeft=-3;spacingRight=-3;points=[];labelBackgroundColor=none;rounded=0;html=1;whiteSpace=wrap;" vertex="1">
          <mxGeometry height="84" width="84" as="geometry" />
        </mxCell>
        <mxCell id="win-3" parent="win-2" style="vsdxID=54;fillColor=none;gradientColor=none;strokeColor=none;spacingTop=-3;spacingBottom=-3;spacingLeft=-3;spacingRight=-3;points=[];labelBackgroundColor=none;rounded=0;html=1;whiteSpace=wrap;" vertex="1">
          <mxGeometry height="84" width="84" as="geometry" />
        </mxCell>
        <mxCell id="win-4" parent="win-3" style="vsdxID=55;fillColor=#FFFFFF;gradientColor=none;shape=stencil(lZPRDoIwDEW/Zq9LWUHCs+J/EAVZRCATFP/eYYdsAzW+td2922mzMtxey6zNmYBrp5pzfpfHrmS4Y0LIusyV7HTEMGW4LRqVn1TT10fK22xUjtGluY03DOSLOEajScCDCknC482rsif9oVdkCEggeIjGEfgWGASVwChMmsQchVGgqzBpEvLQfrWStUUJDuKb+QMhuHgz8ERnteDyTnDWVBzcVTiNvnFnCN/o9Cyi2CUEFy8Ab3xWB+hLfOJVxFnuI3+AnA1L6kEsG/HJB1zOxkNfBf39Hf/V62D++4WsKlod+9zfFV2iPcP0CQ==);strokeColor=none;spacingTop=-3;spacingBottom=-3;spacingLeft=-3;spacingRight=-3;points=[];labelBackgroundColor=none;rounded=0;html=1;whiteSpace=wrap;" vertex="1">
          <mxGeometry height="82" width="82" x="1" y="1" as="geometry" />
        </mxCell>
        <mxCell id="win-5" parent="win-3" style="vsdxID=56;fillColor=#FFFFFF;gradientColor=none;shape=stencil(lZXRdoIwDIafprc9aUMpvXb6Hp6JgzMmHsSNvf1gLbQNCHpX4h/88iehDHe34njNmYRb29Sf+U95aguGb0zK8lLkTdn2J4Z7hrtz3eQfTX2/nOzz9Tgoh9NX/T28obN5BjmqIUvCr41Ijtl/4GD17/fGJgiXoXhiXIYgKdBJJ9IcR5ELJVy6SIdzkQulPMHwz6vyEsIGCRN+JlZpgxRfgFEEN6jJV5ClhDfwCqlqEbgvR8S8VE95e5c0wdU8lTFu77cmtIprEdMGIs+v9GPYIGG5GZQ1SBCzHstZPXI2LDhzCZdnkIzB5sy+qt/aCXihxbBuWaZiyyD2C6hZdAghdmp9YSAi21wWYHTyREInb+J3EQHANro5Sh41R8U7TeQLGy2Ih56BQgXbPJWCVPPcenj9c9thDNcp/U5O3Ry5Um5EjErsXPjorLu5Nrr9wV8E57Kq7D0S/k4vjj5kLx3c/wE=);strokeColor=none;spacingTop=-3;spacingBottom=-3;spacingLeft=-3;spacingRight=-3;points=[];labelBackgroundColor=none;rounded=0;html=1;whiteSpace=wrap;" vertex="1">
          <mxGeometry height="84" width="84" as="geometry" />
        </mxCell>
        <mxCell id="win-6" parent="win-2" style="vsdxID=57;fillColor=none;gradientColor=none;strokeColor=none;spacingTop=-3;spacingBottom=-3;spacingLeft=-3;spacingRight=-3;points=[];labelBackgroundColor=none;rounded=0;html=1;whiteSpace=wrap;" vertex="1">
          <mxGeometry height="80" width="80" x="2" y="2" as="geometry" />
        </mxCell>
        <mxCell id="win-7" parent="win-6" style="vsdxID=58;fillColor=#2d5967;gradientColor=none;shape=stencil(lZXLcoMwDEW/xlvGWDzidZr8R6YhhSmFDCEt+ftCbbAkB+Lu/LgyR/IVFrC/ladrIZS89V37WfxU574U8CaUqpqy6Kp+HAk4CNhf2q746Np7czbz62lSTqOv9ns6YTBxOo3SeIpS8mFW5N/saMR11SBxEqlkXft+78zJsdmMI62tOsZyOSgyfdipsrtAd2H5drpOJgmWzra4JIXSO0qFsOcVKSkaqgNQyVO4scZ5RgCZnBPqXSRjSukYONRMueQBXAAOY6OETv+84B6kno9bIBVF1LnLm175AL774KX9XniVGTtzNVzJ38so88puneRSSr2UxihbqK20nCqsszw9hwWvuzCImkV5wmkpKlKE2QQFhPkEBdiVhEPyhoPFWesdB5uUfstxfcDlIwx01+z6EwqKFUF/rgCf/jtgHLj//aWqa/Nc4H3+PoxL5m2Bwy8=);strokeColor=none;spacingTop=-3;spacingBottom=-3;spacingLeft=-3;spacingRight=-3;points=[];labelBackgroundColor=none;rounded=0;html=1;whiteSpace=wrap;" vertex="1">
          <mxGeometry height="80" width="80" as="geometry" />
        </mxCell>
        <mxCell id="win-8" parent="win-6" style="vsdxID=59;fillColor=#2d5967;gradientColor=none;shape=stencil(pZJbDsIgFERXwy+hQBW/a91Hk1IhIjQUX7sXcmNsNaWx/s1wz32EDGLVoJpeIkqG4N1J3nQbFGJ7RKm2SnodokKsRqzqnJdH7y62Bd83iUzq7K5pwh36SOqg5AGuIOAPgBptR+iruArOoCvB7PosOv0BjkUxpTdYlPOjdxyXf/GCY7qd57/u+ZVfuGeZj+Idl04bA2kb1z/jFZ8gmqx+Ag==);strokeColor=none;spacingTop=-3;spacingBottom=-3;spacingLeft=-3;spacingRight=-3;points=[];labelBackgroundColor=none;rounded=0;html=1;whiteSpace=wrap;" vertex="1">
          <mxGeometry height="17" width="58" x="11" y="51" as="geometry" />
        </mxCell>
        <mxCell id="win-9" parent="win-6" style="vsdxID=60;fillColor=#2d5967;gradientColor=none;shape=stencil(jVLRDoMgDPwaXg2UOeezc/9hJk4ypwZ107+fpCRClxnf2nLH9eCYzIa66BUDPoyme6qPLseaySsD0G2tjB7XismcyazqjHqYbmpL7PvCIm316t72hhl5MbcU4Au2gmN/Q+x9MggWeJwk0Vk4gggZfAYyWGAjgcNIinGDUxql6Z7yxnADgEheQmV/OzfioW5MZHfNWoUkFCVWiVF/JRkijtokJv2ng9+t6Iv/s0l+tdHt4QSsxRadSjcNJs8/p1FbRxhTmX8B);strokeColor=none;spacingTop=-3;spacingBottom=-3;spacingLeft=-3;spacingRight=-3;points=[];labelBackgroundColor=none;rounded=0;html=1;whiteSpace=wrap;" vertex="1">
          <mxGeometry height="4" width="4" x="57" y="58" as="geometry" />
        </mxCell>
        <mxCell id="win-10" parent="win-6" style="vsdxID=61;fillColor=#2d5967;gradientColor=none;shape=stencil(pZLbDsIgEES/Zl8JZW3E51r/o0mpEBEa2nr5e0Fi2qrpRd92Z8+QCRnArJFFLYDRpnX2JK6qbCXgHhhTRgqnWj8B5oBZZZ04OtuZMu51Ecgwne0lvHCLvh0nnAcXo/eo0Od2iLBWZgDT38CETqCv4yJ4VdoZePwPHEmyGcFBSSdyp2SL/xl65avhM9Jqw0ykBQY/9NWplNaxecP7e9W8FGuK+QM=);strokeColor=none;spacingTop=-3;spacingBottom=-3;spacingLeft=-3;spacingRight=-3;points=[];labelBackgroundColor=none;rounded=0;html=1;whiteSpace=wrap;" vertex="1">
          <mxGeometry height="17" width="17" x="11" y="11" as="geometry" />
        </mxCell>
        <mxCell id="win-11" parent="win-6" style="vsdxID=62;fillColor=#2d5967;gradientColor=none;shape=stencil(pZJJDoMwDEVP422UxGXYU3oPJEKJmhIUoMPtm8iqCnSE7vzj920r+oBZVxetAsm73tmDOuuyrwG3IKVuauV07yvAHDCrrFN7Z4emJN0WgQzV0Z7ChAv5BOfBI/mVNKkdoUY3I3QleN/wEp2vXwSvRac/kG6YTCZwikxEH2bHLI3/M4iIJfje8HzSYsOXk34w+OIRmkobQ5kb9+ch808UUMxv);strokeColor=none;spacingTop=-3;spacingBottom=-3;spacingLeft=-3;spacingRight=-3;points=[];labelBackgroundColor=none;rounded=0;html=1;whiteSpace=wrap;" vertex="1">
          <mxGeometry height="17" width="17" x="31" y="11" as="geometry" />
        </mxCell>
        <mxCell id="win-12" parent="win-6" style="vsdxID=63;fillColor=#2d5967;gradientColor=none;shape=stencil(pZLbDsIgEES/Zl8JZW3E51r/o0mpEBEa2nr5e0Fi2qrpRd92Z8+QCRnArJFFLYDRpnX2JK6qbCXgHhhTRgqnWj8B5oBZZZ04OtuZMu51Ecgwne0lvHCLvh0nnAcXo/eo0Od2iLBWZgDT38CETqCv4yJ4VdoZePwPHEmyGcFBSSdyp2SL/xl65avhM9Jqw0ykBQY/9NWplNaxecP7e9W8FGuK+QM=);strokeColor=none;spacingTop=-3;spacingBottom=-3;spacingLeft=-3;spacingRight=-3;points=[];labelBackgroundColor=none;rounded=0;html=1;whiteSpace=wrap;" vertex="1">
          <mxGeometry height="17" width="17" x="11" y="31" as="geometry" />
        </mxCell>
        <mxCell id="win-13" parent="win-6" style="vsdxID=64;fillColor=#2d5967;gradientColor=none;shape=stencil(pZJJDoMwDEVP422UxGXYU3oPJEKJmhIUoMPtm8iqCnSE7vzj920r+oBZVxetAsm73tmDOuuyrwG3IKVuauV07yvAHDCrrFN7Z4emJN0WgQzV0Z7ChAv5BOfBI/mVNKkdoUY3I3QleN/wEp2vXwSvRac/kG6YTCZwikxEH2bHLI3/M4iIJfje8HzSYsOXk34w+OIRmkobQ5kb9+ch808UUMxv);strokeColor=none;spacingTop=-3;spacingBottom=-3;spacingLeft=-3;spacingRight=-3;points=[];labelBackgroundColor=none;rounded=0;html=1;whiteSpace=wrap;" vertex="1">
          <mxGeometry height="17" width="17" x="31" y="31" as="geometry" />
        </mxCell>
        <mxCell id="win-14" parent="win-6" style="vsdxID=65;fillColor=#2d5967;gradientColor=none;shape=stencil(pZJJDoMwDEVP422UxGXYU3oPJEKJmhIUoMPtm8iqCnSE7vzj920r+oBZVxetAsm73tmDOuuyrwG3IKVuauV07yvAHDCrrFN7Z4emJN0WgQzV0Z7ChAv5BOfBI/mVNKkdoUY3I3QleN/wEp2vXwSvRac/kG6YTCZwikxEH2bHLI3/M4iIJfje8HzSYsOXk34w+OIRmkobQ5kb9+ch808UUMxv);strokeColor=none;spacingTop=-3;spacingBottom=-3;spacingLeft=-3;spacingRight=-3;points=[];labelBackgroundColor=none;rounded=0;html=1;whiteSpace=wrap;" vertex="1">
          <mxGeometry height="17" width="17" x="51" y="11" as="geometry" />
        </mxCell>
        <mxCell id="win-15" parent="win-6" style="vsdxID=66;fillColor=#2d5967;gradientColor=none;shape=stencil(pZJJDoMwDEVP422UxGXYU3oPJEKJmhIUoMPtm8iqCnSE7vzj920r+oBZVxetAsm73tmDOuuyrwG3IKVuauV07yvAHDCrrFN7Z4emJN0WgQzV0Z7ChAv5BOfBI/mVNKkdoUY3I3QleN/wEp2vXwSvRac/kG6YTCZwikxEH2bHLI3/M4iIJfje8HzSYsOXk34w+OIRmkobQ5kb9+ch808UUMxv);strokeColor=none;spacingTop=-3;spacingBottom=-3;spacingLeft=-3;spacingRight=-3;points=[];labelBackgroundColor=none;rounded=0;html=1;whiteSpace=wrap;" vertex="1">
          <mxGeometry height="17" width="17" x="51" y="31" as="geometry" />
        </mxCell>
-         <mxCell id="linux-label" parent="vm-subnet" style="verticalAlign=middle;align=center;vsdxID=68;fillColor=none;gradientColor=none;shape=stencil(nZBLDoAgDERP0z3SIyjew0SURgSD+Lu9kMZoXLhwN9O+tukAlrNpJg1SzDH4QW/URgNYgZTkjA4UkwJUgGXng+6DX1zLfmoymdXo17xh5zmRJ6Q42BWCfc2oJfdAr+Yv+AP9Cb7OJ3H/2JG1HNGz/84klThPVCc=);strokeColor=none;spacingTop=-3;spacingBottom=-3;spacingLeft=-3;spacingRight=-3;points=[];labelBackgroundColor=none;rounded=0;html=1;whiteSpace=wrap;" value="&lt;div&gt;&lt;p style=&quot;margin:0;direction:ltr;&quot;&gt;&lt;font style=&quot;font-size: 18px;&quot; face=&quot;Helvetica&quot;&gt;Linux Client&lt;br&gt;linux-ad-instance&lt;/font&gt;&lt;/p&gt;&lt;/div&gt;" vertex="1">
-           <mxGeometry height="41" width="190" x="40" y="174" as="geometry" />
-         </mxCell>
-         <mxCell id="win-label" parent="vm-subnet" style="verticalAlign=middle;align=center;vsdxID=68;fillColor=none;gradientColor=none;shape=stencil(nZBLDoAgDERP0z3SIyjew0SURgSD+Lu9kMZoXLhwN9O+tukAlrNpJg1SzDH4QW/URgNYgZTkjA4UkwJUgGXng+6DX1zLfmoymdXo17xh5zmRJ6Q42BWCfc2oJfdAr+Yv+AP9Cb7OJ3H/2JG1HNGz/84klThPVCc=);strokeColor=none;spacingTop=-3;spacingBottom=-3;spacingLeft=-3;spacingRight=-3;points=[];labelBackgroundColor=none;rounded=0;html=1;whiteSpace=wrap;" value="&lt;div&gt;&lt;p style=&quot;margin:0;direction:ltr;&quot;&gt;&lt;font style=&quot;font-size: 18px;&quot; face=&quot;Helvetica&quot;&gt;Windows Client&lt;br&gt;windows-ad-instance&lt;/font&gt;&lt;/p&gt;&lt;/div&gt;" vertex="1">
-           <mxGeometry height="41" width="190" x="550" y="170" as="geometry" />
+         <mxCell id="win-label" parent="win-group" style="verticalAlign=middle;align=center;vsdxID=68;fillColor=none;gradientColor=none;shape=stencil(nZBLDoAgDERP0z3SIyjew0SURgSD+Lu9kMZoXLhwN9O+tukAlrNpJg1SzDH4QW/URgNYgZTkjA4UkwJUgGXng+6DX1zLfmoymdXo17xh5zmRJ6Q42BWCfc2oJfdAr+Yv+AP9Cb7OJ3H/2JG1HNGz/84klThPVCc=);strokeColor=none;spacingTop=-3;spacingBottom=-3;spacingLeft=-3;spacingRight=-3;points=[];labelBackgroundColor=none;rounded=0;html=1;whiteSpace=wrap;" value="&lt;div&gt;&lt;p style=&quot;margin:0;direction:ltr;&quot;&gt;&lt;font style=&quot;font-size: 18px;&quot; face=&quot;Helvetica&quot;&gt;Windows Client&lt;br&gt;windows-ad-instance&lt;/font&gt;&lt;/p&gt;&lt;/div&gt;" vertex="1">
+           <mxGeometry height="41" width="190" x="-50" y="99.5" as="geometry" />
        </mxCell>
      </root>
    </mxGraphModel>
  </diagram>
</mxfile>
